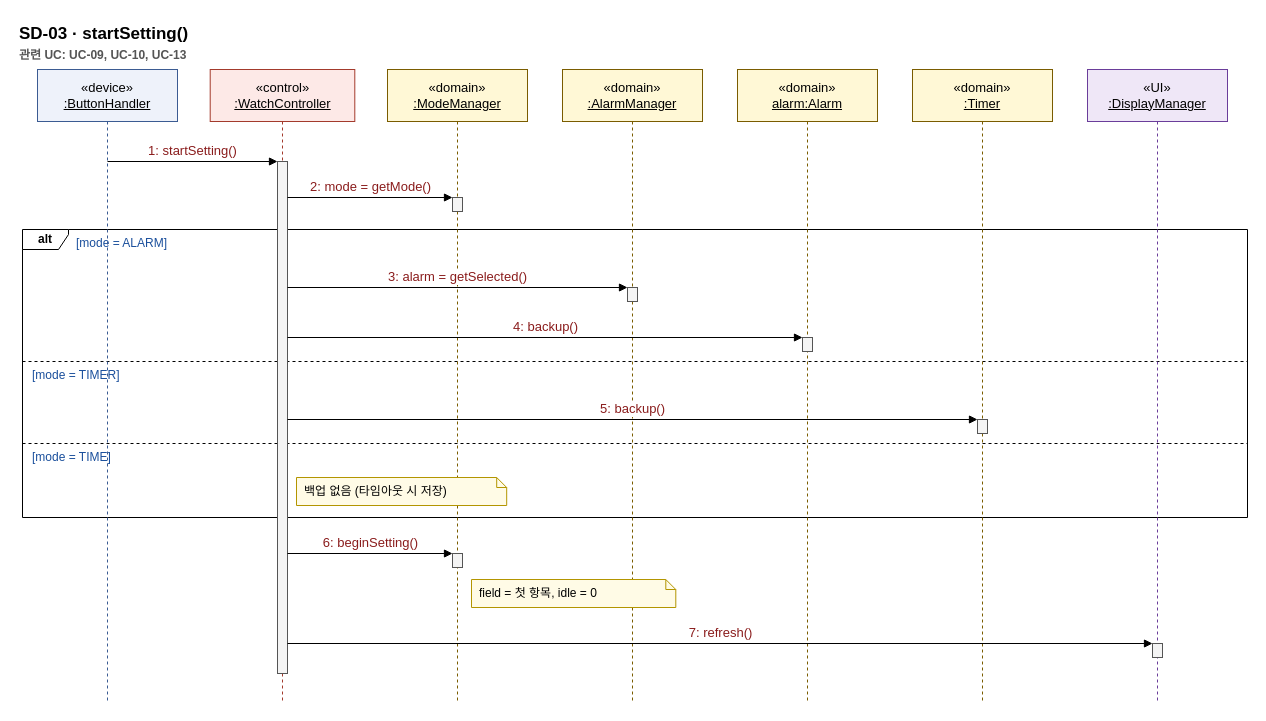
sspring2048/AssoArch keeps this draw.io diagram as page "SD-03 startSetting()" (3 of 16) of docs/OOAD/practice/sd/DigitalWatch_SequenceDiagrams.drawio. Above is the earlier version. Source tidied: cells renumbered, new cells numbered last; positions are measured from the earlier drawing's top-left corner, leaving out a move shared by most shapes. Both pictures are drawn from the tidied source at 100%, with x=0, y=0 at pixel (17, 17).
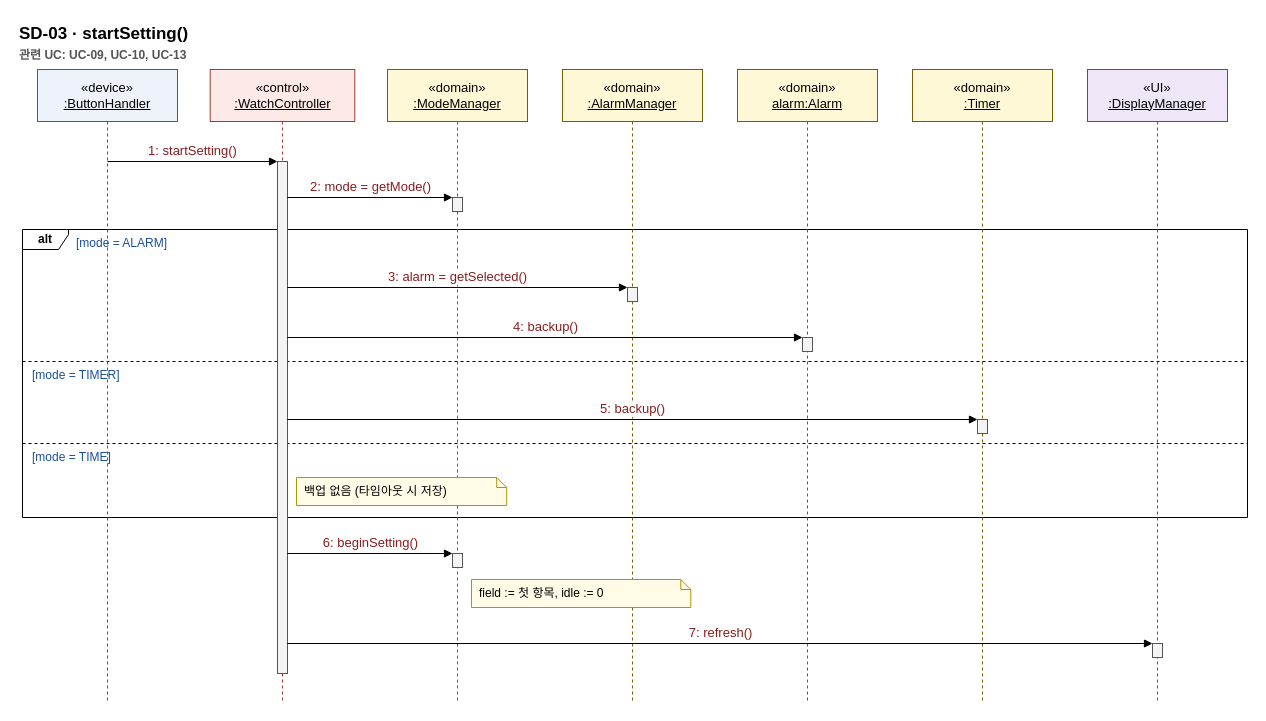
The same page after the edit.

What changed in the source:
```diff
@@
-    <mxCell id="30" value="field = 첫 항목, idle = 0" style="shape=note;size=10;whiteSpace=wrap;html=1;align=left;spacingLeft=6;fontSize=12;fillColor=#fffbe6;strokeColor=#b39500;" parent="1" vertex="1">
-      <mxGeometry x="454" y="562" width="204.3" height="28" as="geometry" />
+    <mxCell id="30" value="field := 첫 항목, idle := 0" style="shape=note;size=10;whiteSpace=wrap;html=1;align=left;spacingLeft=6;fontSize=12;fillColor=#fffbe6;strokeColor=#b39500;" parent="1" vertex="1">
+      <mxGeometry x="454" y="562" width="219.3" height="28" as="geometry" />
     </mxCell>
```
